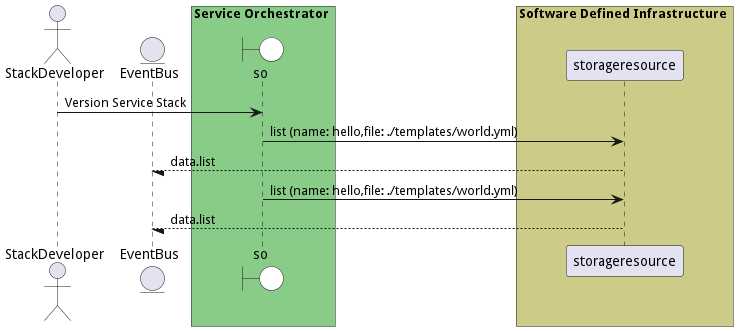
This is docs/edgemere/sml/so/usecases/managestacks/VersionServiceStack.png from madajaju/edgemere, a PlantUML export, as it was before one commit.
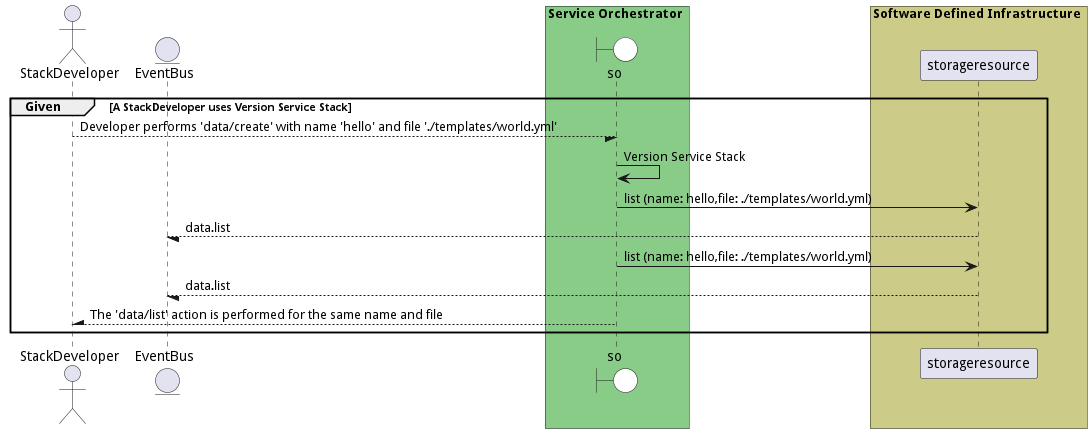
After the commit.

Change to the diagram source:
```diff
@@ -1,4 +1,5 @@
 @startuml
+
 
 actor "StackDeveloper"
 
@@ -14,8 +15,10 @@
             participant storageresource
     end box
 
+group Given [A StackDeveloper uses Version Service Stack]
 
-"StackDeveloper" -> so: Version Service Stack
+"StackDeveloper" --/ so: Developer performs &#39;data/create&#39; with name &#39;hello&#39; and file &#39;./templates/world.yml&#39;
+"so" -> so: Version Service Stack
 
     so -> "storageresource": list (name: hello,file: ./templates/world.yml)
 
@@ -27,4 +30,9 @@
 
 
 
+"StackDeveloper" /-- so: The &#39;data/list&#39; action is performed for the same name and file
+
+
+end
+
 @enduml
```
